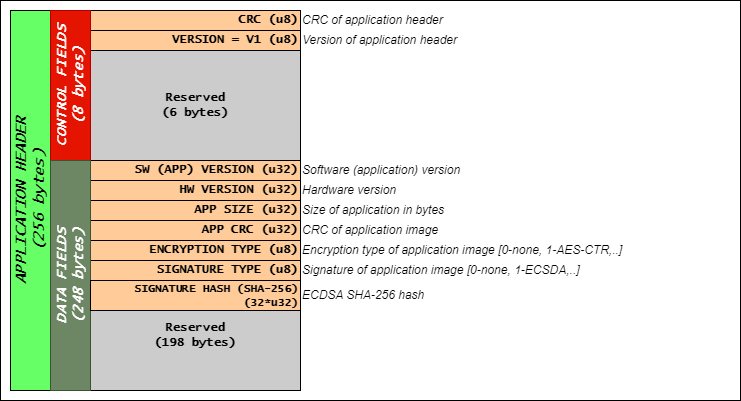
The draw.io diagram doc/pic/Application_Header_Structure__NEW_V1.png in GeneralEmbeddedCLibraries/revision, before a commit. Source tidied: cells renumbered, new cells last; positions are measured from the earlier drawing's top-left corner, leaving out a move shared by most shapes.
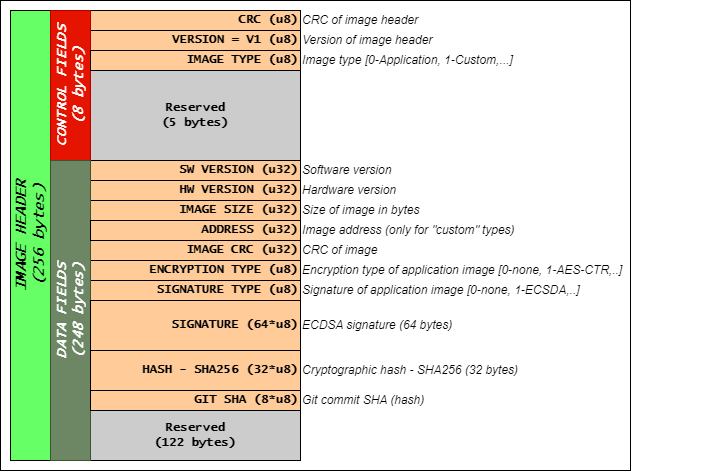
Later version of the same file.

Change to the diagram source:
```diff
@@ -3,76 +3,100 @@
     <mxCell id="0" />
     <mxCell id="1" parent="0" />
     <mxCell id="2" style="rounded=0;whiteSpace=wrap;html=1;" parent="1" vertex="1">
-      <mxGeometry width="740" height="400" as="geometry" />
+      <mxGeometry width="630" height="470" as="geometry" />
     </mxCell>
-    <mxCell id="3" value="APPLICATION HEADER&lt;br style=&quot;font-size: 15px;&quot;&gt;(256 bytes)" style="rounded=0;whiteSpace=wrap;html=1;strokeWidth=1;horizontal=0;fontStyle=3;fillColor=#66FF66;fontSize=15;fontFamily=Lucida Console;" parent="1" vertex="1">
-      <mxGeometry x="10" y="10" width="40" height="380" as="geometry" />
+    <mxCell id="3" value="IMAGE HEADER&lt;br style=&quot;font-size: 15px;&quot;&gt;(256 bytes)" style="rounded=0;whiteSpace=wrap;html=1;strokeWidth=1;horizontal=0;fontStyle=3;fillColor=#66FF66;fontSize=15;fontFamily=Lucida Console;" parent="1" vertex="1">
+      <mxGeometry x="10" y="10" width="40" height="450" as="geometry" />
     </mxCell>
     <mxCell id="4" value="VERSION = V1 (u8)" style="rounded=0;whiteSpace=wrap;html=1;strokeWidth=1;fontFamily=Lucida Console;fillColor=#FFCC99;fontStyle=1;align=right;" parent="1" vertex="1">
       <mxGeometry x="90" y="30" width="210" height="20" as="geometry" />
     </mxCell>
-    <mxCell id="5" value="SW (APP) VERSION (u32)" style="rounded=0;whiteSpace=wrap;html=1;strokeWidth=1;fontFamily=Lucida Console;fillColor=#FFCC99;fontStyle=1;align=right;" parent="1" vertex="1">
+    <mxCell id="5" value="SW VERSION (u32)" style="rounded=0;whiteSpace=wrap;html=1;strokeWidth=1;fontFamily=Lucida Console;fillColor=#FFCC99;fontStyle=1;align=right;" parent="1" vertex="1">
       <mxGeometry x="90" y="160" width="210" height="20" as="geometry" />
     </mxCell>
     <mxCell id="6" value="HW VERSION (u32)" style="rounded=0;whiteSpace=wrap;html=1;strokeWidth=1;fontFamily=Lucida Console;fillColor=#FFCC99;fontStyle=1;align=right;" parent="1" vertex="1">
       <mxGeometry x="90" y="180" width="210" height="20" as="geometry" />
     </mxCell>
-    <mxCell id="7" value="APP SIZE (u32)" style="rounded=0;whiteSpace=wrap;html=1;strokeWidth=1;fontFamily=Lucida Console;fillColor=#FFCC99;fontStyle=1;align=right;" parent="1" vertex="1">
+    <mxCell id="7" value="IMAGE SIZE (u32)" style="rounded=0;whiteSpace=wrap;html=1;strokeWidth=1;fontFamily=Lucida Console;fillColor=#FFCC99;fontStyle=1;align=right;" parent="1" vertex="1">
       <mxGeometry x="90" y="200" width="210" height="20" as="geometry" />
     </mxCell>
     <mxCell id="8" value="CRC (u8)" style="rounded=0;whiteSpace=wrap;html=1;strokeWidth=1;fontFamily=Lucida Console;fillColor=#FFCC99;fontStyle=1;align=right;" parent="1" vertex="1">
       <mxGeometry x="90" y="10" width="210" height="20" as="geometry" />
     </mxCell>
-    <mxCell id="9" value="Reserved&lt;br&gt;(198 bytes)" style="rounded=0;whiteSpace=wrap;html=1;strokeWidth=1;fontFamily=Lucida Console;fillColor=#CCCCCC;fontStyle=1;" parent="1" vertex="1">
-      <mxGeometry x="90" y="280" width="210" height="110" as="geometry" />
+    <mxCell id="9" value="Reserved&lt;br&gt;(122 bytes)" style="rounded=0;whiteSpace=wrap;html=1;strokeWidth=1;fontFamily=Lucida Console;fillColor=#CCCCCC;fontStyle=1;" parent="1" vertex="1">
+      <mxGeometry x="90" y="410" width="210" height="50" as="geometry" />
     </mxCell>
-    <mxCell id="10" value="APP CRC (u32)" style="rounded=0;whiteSpace=wrap;html=1;strokeWidth=1;fontFamily=Lucida Console;fillColor=#FFCC99;fontStyle=1;align=right;" parent="1" vertex="1">
-      <mxGeometry x="90" y="220" width="210" height="20" as="geometry" />
+    <mxCell id="10" value="IMAGE CRC (u32)" style="rounded=0;whiteSpace=wrap;html=1;strokeWidth=1;fontFamily=Lucida Console;fillColor=#FFCC99;fontStyle=1;align=right;" parent="1" vertex="1">
+      <mxGeometry x="90" y="240" width="210" height="20" as="geometry" />
     </mxCell>
     <mxCell id="11" value="ENCRYPTION TYPE (u8)" style="rounded=0;whiteSpace=wrap;html=1;strokeWidth=1;fontFamily=Lucida Console;fillColor=#FFCC99;fontStyle=1;align=right;" parent="1" vertex="1">
-      <mxGeometry x="90" y="240" width="210" height="20" as="geometry" />
+      <mxGeometry x="90" y="260" width="210" height="20" as="geometry" />
     </mxCell>
     <mxCell id="12" value="SIGNATURE TYPE (u8)" style="rounded=0;whiteSpace=wrap;html=1;strokeWidth=1;fontFamily=Lucida Console;fillColor=#FFCC99;fontStyle=1;align=right;" parent="1" vertex="1">
-      <mxGeometry x="90" y="260" width="210" height="20" as="geometry" />
+      <mxGeometry x="90" y="280" width="210" height="20" as="geometry" />
     </mxCell>
-    <mxCell id="13" value="Reserved&lt;br&gt;(6 bytes)" style="rounded=0;whiteSpace=wrap;html=1;strokeWidth=1;fontFamily=Lucida Console;fillColor=#CCCCCC;fontStyle=1;" parent="1" vertex="1">
-      <mxGeometry x="90" y="50" width="210" height="110" as="geometry" />
+    <mxCell id="13" value="Reserved&lt;br&gt;(5 bytes)" style="rounded=0;whiteSpace=wrap;html=1;strokeWidth=1;fontFamily=Lucida Console;fillColor=#CCCCCC;fontStyle=1;" parent="1" vertex="1">
+      <mxGeometry x="90" y="70" width="210" height="90" as="geometry" />
     </mxCell>
     <mxCell id="14" value="CONTROL FIELDS&lt;br&gt;(8 bytes)" style="rounded=0;whiteSpace=wrap;html=1;strokeWidth=1;horizontal=0;fontStyle=3;fillColor=#e51400;fontSize=14;fontFamily=Lucida Console;strokeColor=#B20000;fontColor=#ffffff;" parent="1" vertex="1">
       <mxGeometry x="50" y="10" width="40" height="150" as="geometry" />
     </mxCell>
     <mxCell id="15" value="DATA FIELDS&lt;br&gt;(248 bytes)" style="rounded=0;whiteSpace=wrap;html=1;strokeWidth=1;horizontal=0;fontStyle=3;fillColor=#6d8764;fontSize=14;fontFamily=Lucida Console;strokeColor=#3A5431;fontColor=#ffffff;" parent="1" vertex="1">
-      <mxGeometry x="50" y="160" width="40" height="230" as="geometry" />
+      <mxGeometry x="50" y="160" width="40" height="300" as="geometry" />
     </mxCell>
-    <mxCell id="16" value="CRC of application header" style="text;html=1;strokeColor=none;fillColor=none;align=left;verticalAlign=middle;whiteSpace=wrap;rounded=0;fontStyle=2;" parent="1" vertex="1">
+    <mxCell id="16" value="CRC of image header" style="text;html=1;strokeColor=none;fillColor=none;align=left;verticalAlign=middle;whiteSpace=wrap;rounded=0;fontStyle=2;" parent="1" vertex="1">
       <mxGeometry x="300" y="10" width="270" height="20" as="geometry" />
     </mxCell>
-    <mxCell id="17" value="Version of application header&amp;nbsp;" style="text;html=1;strokeColor=none;fillColor=none;align=left;verticalAlign=middle;whiteSpace=wrap;rounded=0;fontStyle=2;" parent="1" vertex="1">
+    <mxCell id="17" value="Version of image header&amp;nbsp;" style="text;html=1;strokeColor=none;fillColor=none;align=left;verticalAlign=middle;whiteSpace=wrap;rounded=0;fontStyle=2;" parent="1" vertex="1">
       <mxGeometry x="300" y="30" width="270" height="20" as="geometry" />
     </mxCell>
-    <mxCell id="18" value="Software (application) version" style="text;html=1;strokeColor=none;fillColor=none;align=left;verticalAlign=middle;whiteSpace=wrap;rounded=0;fontStyle=2;" parent="1" vertex="1">
+    <mxCell id="18" value="Software version" style="text;html=1;strokeColor=none;fillColor=none;align=left;verticalAlign=middle;whiteSpace=wrap;rounded=0;fontStyle=2;" parent="1" vertex="1">
       <mxGeometry x="300" y="160" width="270" height="20" as="geometry" />
     </mxCell>
     <mxCell id="19" value="Hardware version" style="text;html=1;strokeColor=none;fillColor=none;align=left;verticalAlign=middle;whiteSpace=wrap;rounded=0;fontStyle=2;" parent="1" vertex="1">
       <mxGeometry x="300" y="180" width="270" height="20" as="geometry" />
     </mxCell>
-    <mxCell id="20" value="Size of application in bytes" style="text;html=1;strokeColor=none;fillColor=none;align=left;verticalAlign=middle;whiteSpace=wrap;rounded=0;fontStyle=2;" parent="1" vertex="1">
+    <mxCell id="20" value="Size of image in bytes" style="text;html=1;strokeColor=none;fillColor=none;align=left;verticalAlign=middle;whiteSpace=wrap;rounded=0;fontStyle=2;" parent="1" vertex="1">
       <mxGeometry x="300" y="200" width="270" height="20" as="geometry" />
     </mxCell>
-    <mxCell id="21" value="CRC of application image" style="text;html=1;strokeColor=none;fillColor=none;align=left;verticalAlign=middle;whiteSpace=wrap;rounded=0;fontStyle=2;" parent="1" vertex="1">
-      <mxGeometry x="300" y="220" width="270" height="20" as="geometry" />
+    <mxCell id="21" value="CRC of image" style="text;html=1;strokeColor=none;fillColor=none;align=left;verticalAlign=middle;whiteSpace=wrap;rounded=0;fontStyle=2;" parent="1" vertex="1">
+      <mxGeometry x="300" y="240" width="270" height="20" as="geometry" />
     </mxCell>
     <mxCell id="22" value="Encryption type of application image [0-none, 1-AES-CTR,..]" style="text;html=1;strokeColor=none;fillColor=none;align=left;verticalAlign=middle;whiteSpace=wrap;rounded=0;fontStyle=2;" parent="1" vertex="1">
-      <mxGeometry x="300" y="240" width="420" height="20" as="geometry" />
+      <mxGeometry x="300" y="260" width="420" height="20" as="geometry" />
     </mxCell>
     <mxCell id="23" value="Signature of application image [0-none, 1-ECSDA,..]" style="text;html=1;strokeColor=none;fillColor=none;align=left;verticalAlign=middle;whiteSpace=wrap;rounded=0;fontStyle=2;" parent="1" vertex="1">
-      <mxGeometry x="300" y="260" width="420" height="20" as="geometry" />
+      <mxGeometry x="300" y="280" width="420" height="20" as="geometry" />
     </mxCell>
-    <mxCell id="24" value="SIGNATURE HASH (SHA-256) (32*u32)" style="rounded=0;whiteSpace=wrap;html=1;strokeWidth=1;fontFamily=Lucida Console;fillColor=#FFCC99;fontStyle=1;align=right;fontSize=11;" parent="1" vertex="1">
-      <mxGeometry x="90" y="280" width="210" height="30" as="geometry" />
+    <mxCell id="24" value="SIGNATURE (64*u8)" style="rounded=0;whiteSpace=wrap;html=1;strokeWidth=1;fontFamily=Lucida Console;fillColor=#FFCC99;fontStyle=1;align=right;fontSize=12;" parent="1" vertex="1">
+      <mxGeometry x="90" y="300" width="210" height="50" as="geometry" />
     </mxCell>
-    <mxCell id="25" value="ECDSA SHA-256 hash" style="text;html=1;strokeColor=none;fillColor=none;align=left;verticalAlign=middle;whiteSpace=wrap;rounded=0;fontStyle=2;" parent="1" vertex="1">
-      <mxGeometry x="300" y="285" width="420" height="20" as="geometry" />
+    <mxCell id="25" value="ECDSA signature (64 bytes)" style="text;html=1;strokeColor=none;fillColor=none;align=left;verticalAlign=middle;whiteSpace=wrap;rounded=0;fontStyle=2;" parent="1" vertex="1">
+      <mxGeometry x="300" y="300" width="420" height="50" as="geometry" />
     </mxCell>
+    <mxCell id="26" value="HASH - SHA256 (32*u8)" style="rounded=0;whiteSpace=wrap;html=1;strokeWidth=1;fontFamily=Lucida Console;fillColor=#FFCC99;fontStyle=1;align=right;fontSize=12;" parent="1" vertex="1">
+      <mxGeometry x="90" y="350" width="210" height="40" as="geometry" />
+    </mxCell>
+    <mxCell id="27" value="Cryptographic hash - SHA256 (32 bytes)" style="text;html=1;strokeColor=none;fillColor=none;align=left;verticalAlign=middle;whiteSpace=wrap;rounded=0;fontStyle=2;" parent="1" vertex="1">
+      <mxGeometry x="300" y="350" width="420" height="40" as="geometry" />
+    </mxCell>
+    <mxCell id="28" value="GIT SHA (8*u8)" style="rounded=0;whiteSpace=wrap;html=1;strokeWidth=1;fontFamily=Lucida Console;fillColor=#FFCC99;fontStyle=1;align=right;" parent="1" vertex="1">
+      <mxGeometry x="90" y="390" width="210" height="20" as="geometry" />
+    </mxCell>
+    <mxCell id="29" value="Git commit SHA (hash)" style="text;html=1;strokeColor=none;fillColor=none;align=left;verticalAlign=middle;whiteSpace=wrap;rounded=0;fontStyle=2;" parent="1" vertex="1">
+      <mxGeometry x="300" y="390" width="420" height="20" as="geometry" />
+    </mxCell>
+    <mxCell id="30" value="IMAGE TYPE (u8)" style="rounded=0;whiteSpace=wrap;html=1;strokeWidth=1;fontFamily=Lucida Console;fillColor=#FFCC99;fontStyle=1;align=right;" parent="1" vertex="1">
+      <mxGeometry x="90" y="50" width="210" height="20" as="geometry" />
+    </mxCell>
+    <mxCell id="31" value="Image type [0-Application, 1-Custom,...]" style="text;html=1;strokeColor=none;fillColor=none;align=left;verticalAlign=middle;whiteSpace=wrap;rounded=0;fontStyle=2;" parent="1" vertex="1">
+      <mxGeometry x="300" y="50" width="270" height="20" as="geometry" />
+    </mxCell>
+    <mxCell id="32" value="ADDRESS (u32)" style="rounded=0;whiteSpace=wrap;html=1;strokeWidth=1;fontFamily=Lucida Console;fillColor=#FFCC99;fontStyle=1;align=right;" parent="1" vertex="1">
+      <mxGeometry x="90" y="220" width="210" height="20" as="geometry" />
+    </mxCell>
+    <mxCell id="33" value="Image address (only for &quot;custom&quot; types)" style="text;html=1;strokeColor=none;fillColor=none;align=left;verticalAlign=middle;whiteSpace=wrap;rounded=0;fontStyle=2;" parent="1" vertex="1">
+      <mxGeometry x="300" y="220" width="270" height="20" as="geometry" />
+    </mxCell>
   </root>
 </mxGraphModel>
```
